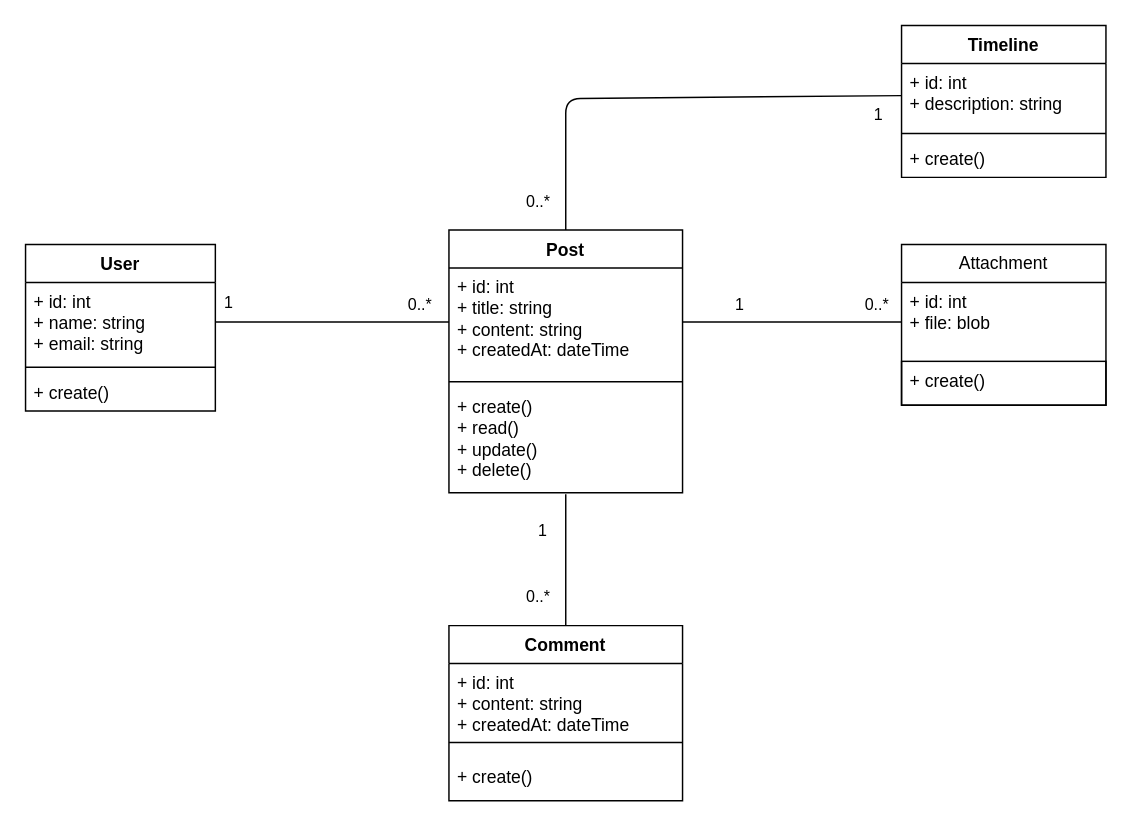
The draw.io diagram assessment-mark-overbeek/UML.drawio in DonkeyMobile/donkey-assessment, before the edit. Source tidied: cells renumbered, new cells numbered last; positions are measured from the earlier drawing's top-left corner, leaving out a move shared by most shapes. Both pictures are drawn from the tidied source at 146%, with x=0, y=0 at pixel (25, 25).
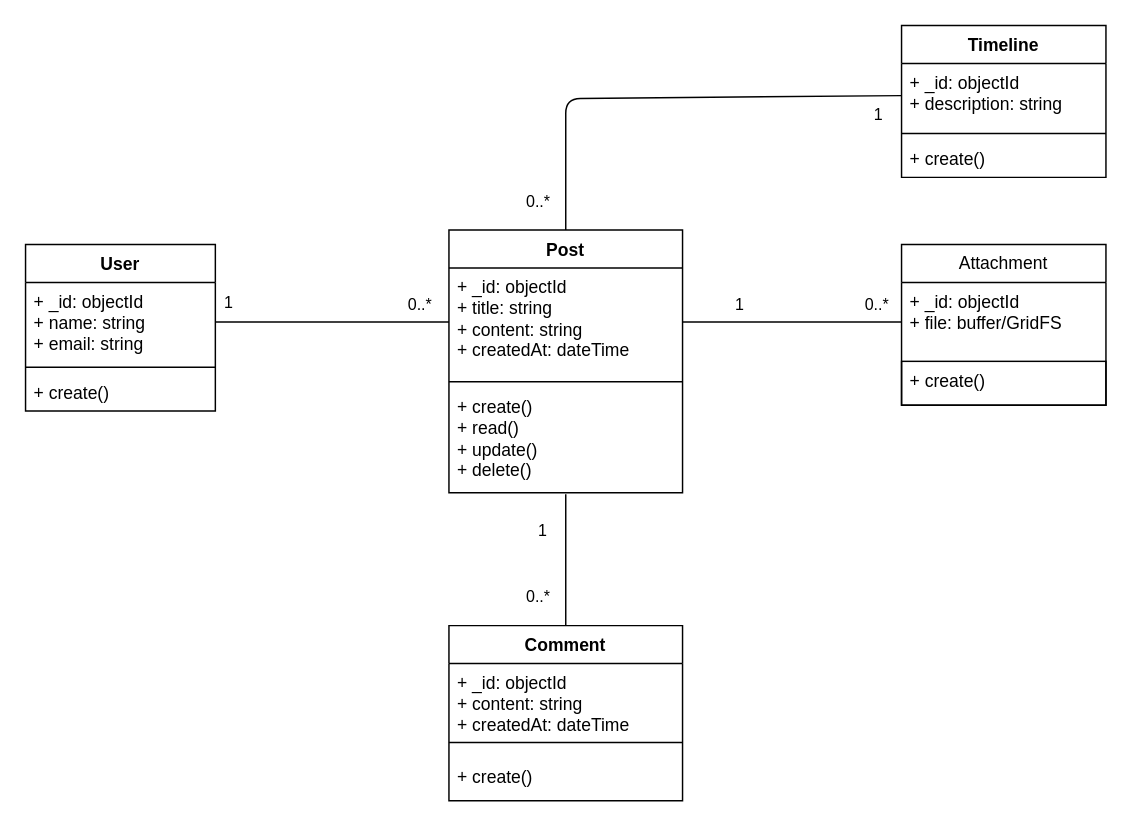
The same diagram, later.

The change refers to these unchanged cells:
```xml
<mxCell id="2" value="User" style="swimlane;fontStyle=1;align=center;verticalAlign=top;horizontal=1;startSize=26;whiteSpace=wrap;html=1;" parent="1" vertex="1">
  <mxGeometry y="150" width="130" height="114" as="geometry" />
</mxCell>
<mxCell id="6" value="Post" style="swimlane;fontStyle=1;align=center;verticalAlign=top;horizontal=1;startSize=26;whiteSpace=wrap;html=1;" parent="1" vertex="1">
  <mxGeometry x="290" y="140" width="160" height="180" as="geometry" />
</mxCell>
<mxCell id="10" value="Timeline" style="swimlane;fontStyle=1;align=center;verticalAlign=top;horizontal=1;startSize=26;whiteSpace=wrap;html=1;" parent="1" vertex="1">
  <mxGeometry x="600" width="140" height="104" as="geometry" />
</mxCell>
<mxCell id="16" value="Attachment" style="swimlane;fontStyle=0;horizontal=1;startSize=26;fillColor=none;whiteSpace=wrap;html=1;" parent="1" vertex="1">
  <mxGeometry x="600" y="150" width="140" height="110" as="geometry" />
</mxCell>
<mxCell id="26" value="Comment" style="swimlane;fontStyle=1;align=center;verticalAlign=top;horizontal=1;startSize=26;whiteSpace=wrap;html=1;" parent="1" vertex="1">
  <mxGeometry x="290" y="411" width="160" height="120" as="geometry" />
</mxCell>
```

Diff of the diagram source:
```diff
@@
-    <mxCell id="3" value="+ id: int&lt;span style=&quot;white-space: pre;&quot;&gt;&#9;&lt;/span&gt;&lt;span style=&quot;white-space: pre;&quot;&gt;&#9;&lt;/span&gt;&lt;div&gt;+ name: string&lt;/div&gt;&lt;div&gt;+ email: string&lt;/div&gt;" style="text;strokeColor=none;fillColor=none;align=left;verticalAlign=top;spacingLeft=4;spacingRight=4;overflow=hidden;points=[[0,0.5],[1,0.5]];portConstraint=eastwest;whiteSpace=wrap;html=1;" parent="2" vertex="1">
+    <mxCell id="3" value="+ _id: objectId&lt;span style=&quot;white-space: pre;&quot;&gt;&#9;&lt;/span&gt;&lt;div&gt;+ name: string&lt;/div&gt;&lt;div&gt;+ email: string&lt;/div&gt;" style="text;strokeColor=none;fillColor=none;align=left;verticalAlign=top;spacingLeft=4;spacingRight=4;overflow=hidden;points=[[0,0.5],[1,0.5]];portConstraint=eastwest;whiteSpace=wrap;html=1;" parent="2" vertex="1">
       <mxGeometry y="26" width="130" height="54" as="geometry" />
     </mxCell>
@@
-    <mxCell id="7" value="+ id: int&lt;div&gt;+ title: string&lt;/div&gt;&lt;div&gt;+ content: string&lt;/div&gt;&lt;div&gt;+ createdAt: dateTime&lt;/div&gt;" style="text;strokeColor=none;fillColor=none;align=left;verticalAlign=top;spacingLeft=4;spacingRight=4;overflow=hidden;points=[[0,0.5],[1,0.5]];portConstraint=eastwest;whiteSpace=wrap;html=1;" parent="6" vertex="1">
+    <mxCell id="7" value="+ _id: objectId&lt;div&gt;+ title: string&lt;/div&gt;&lt;div&gt;+ content: string&lt;/div&gt;&lt;div&gt;+ createdAt: dateTime&lt;/div&gt;" style="text;strokeColor=none;fillColor=none;align=left;verticalAlign=top;spacingLeft=4;spacingRight=4;overflow=hidden;points=[[0,0.5],[1,0.5]];portConstraint=eastwest;whiteSpace=wrap;html=1;" parent="6" vertex="1">
       <mxGeometry y="26" width="160" height="74" as="geometry" />
     </mxCell>
@@
-    <mxCell id="11" value="+ id: int&lt;div&gt;+ description: string&lt;/div&gt;" style="text;strokeColor=none;fillColor=none;align=left;verticalAlign=top;spacingLeft=4;spacingRight=4;overflow=hidden;points=[[0,0.5],[1,0.5]];portConstraint=eastwest;whiteSpace=wrap;html=1;" parent="10" vertex="1">
+    <mxCell id="11" value="+ _id: objectId&lt;div&gt;+ description: string&lt;/div&gt;" style="text;strokeColor=none;fillColor=none;align=left;verticalAlign=top;spacingLeft=4;spacingRight=4;overflow=hidden;points=[[0,0.5],[1,0.5]];portConstraint=eastwest;whiteSpace=wrap;html=1;" parent="10" vertex="1">
       <mxGeometry y="26" width="140" height="44" as="geometry" />
     </mxCell>
@@
-    <mxCell id="17" value="+ id: int&lt;div&gt;&lt;span style=&quot;color: rgb(0, 0, 0);&quot;&gt;+ file: blob&lt;/span&gt;&lt;br&gt;&lt;/div&gt;&lt;div&gt;&lt;span style=&quot;color: rgb(0, 0, 0);&quot;&gt;&lt;br&gt;&lt;/span&gt;&lt;/div&gt;" style="text;strokeColor=none;fillColor=none;align=left;verticalAlign=top;spacingLeft=4;spacingRight=4;overflow=hidden;points=[[0,0.5],[1,0.5]];portConstraint=eastwest;whiteSpace=wrap;html=1;" parent="16" vertex="1">
+    <mxCell id="17" value="+ _id:&amp;nbsp;&lt;span style=&quot;color: rgb(0, 0, 0);&quot;&gt;objectId&lt;/span&gt;&lt;div&gt;&lt;span style=&quot;color: rgb(0, 0, 0);&quot;&gt;+ file: buffer/GridFS&lt;/span&gt;&lt;br&gt;&lt;/div&gt;&lt;div&gt;&lt;span style=&quot;color: rgb(0, 0, 0);&quot;&gt;&lt;br&gt;&lt;/span&gt;&lt;/div&gt;" style="text;strokeColor=none;fillColor=none;align=left;verticalAlign=top;spacingLeft=4;spacingRight=4;overflow=hidden;points=[[0,0.5],[1,0.5]];portConstraint=eastwest;whiteSpace=wrap;html=1;" parent="16" vertex="1">
       <mxGeometry y="26" width="140" height="54" as="geometry" />
     </mxCell>
@@
-    <mxCell id="27" value="+ id: int&lt;div&gt;+ content: string&lt;/div&gt;&lt;div&gt;+ createdAt: dateTime&lt;/div&gt;" style="text;strokeColor=none;fillColor=none;align=left;verticalAlign=top;spacingLeft=4;spacingRight=4;overflow=hidden;whiteSpace=wrap;html=1;" parent="26" vertex="1">
+    <mxCell id="27" value="+ _id:&amp;nbsp;&lt;span style=&quot;color: rgb(0, 0, 0);&quot;&gt;objectId&lt;/span&gt;&lt;div&gt;+ content: string&lt;/div&gt;&lt;div&gt;+ createdAt: dateTime&lt;/div&gt;" style="text;strokeColor=none;fillColor=none;align=left;verticalAlign=top;spacingLeft=4;spacingRight=4;overflow=hidden;whiteSpace=wrap;html=1;" parent="26" vertex="1">
       <mxGeometry y="26" width="160" height="44" as="geometry" />
     </mxCell>
```
